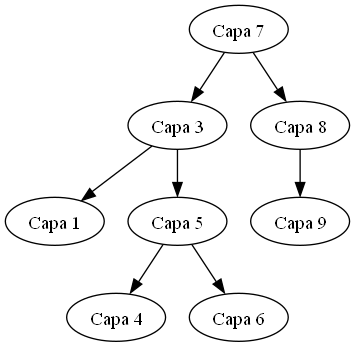
The Graphviz diagram img/arbolABB.png in C-FernandoSazo/EDD_PROYECTOF2_202202906, before a commit. Its source is kept beside it as dot/arbolABB.dot. The source it was exported from:
```dot
 digraph impresiones {
7[label="Capa 7"]
           7  ->            3
3[label="Capa 3"]
           3  ->            1
1[label="Capa 1"]
           3  ->            5
5[label="Capa 5"]
           5  ->            4
4[label="Capa 4"]
           5  ->            6
6[label="Capa 6"]
           7  ->            8
8[label="Capa 8"]
           8  ->            9
9[label="Capa 9"]
 }
```
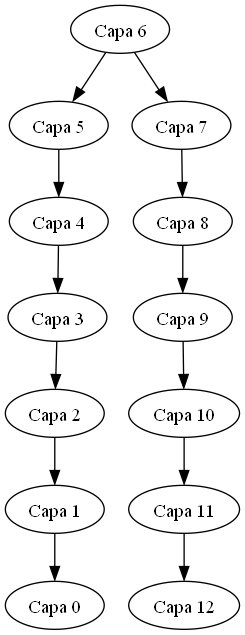
After the change.

What changed in the source:
```diff
@@ -1,17 +1,27 @@
  digraph impresiones {
-7[label="Capa 7"]
-           7  ->            3
-3[label="Capa 3"]
-           3  ->            1
-1[label="Capa 1"]
-           3  ->            5
+6[label="Capa 6"]
+           6  ->            5
 5[label="Capa 5"]
            5  ->            4
 4[label="Capa 4"]
-           5  ->            6
-6[label="Capa 6"]
+           4  ->            3
+3[label="Capa 3"]
+           3  ->            2
+2[label="Capa 2"]
+           2  ->            1
+1[label="Capa 1"]
+           1  ->            0
+0[label="Capa 0"]
+           6  ->            7
+7[label="Capa 7"]
            7  ->            8
 8[label="Capa 8"]
            8  ->            9
 9[label="Capa 9"]
+           9  ->           10
+10[label="Capa 10"]
+          10  ->           11
+11[label="Capa 11"]
+          11  ->           12
+12[label="Capa 12"]
  }
```
